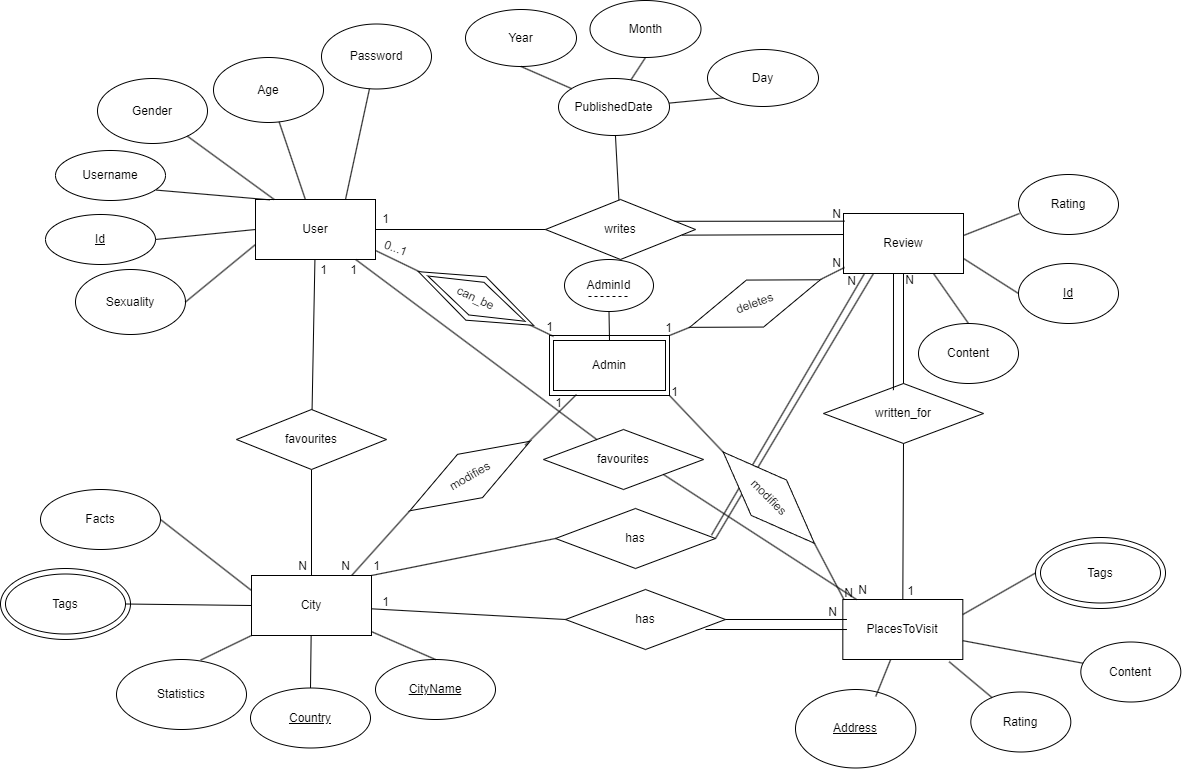
Above: images/er_diagram.png in ManelyAbbasi/EURO-TOUR (draw.io), before the change. Source tidied: cells renumbered, new cells last; positions are measured from the earlier drawing's top-left corner, leaving out a move shared by most shapes.
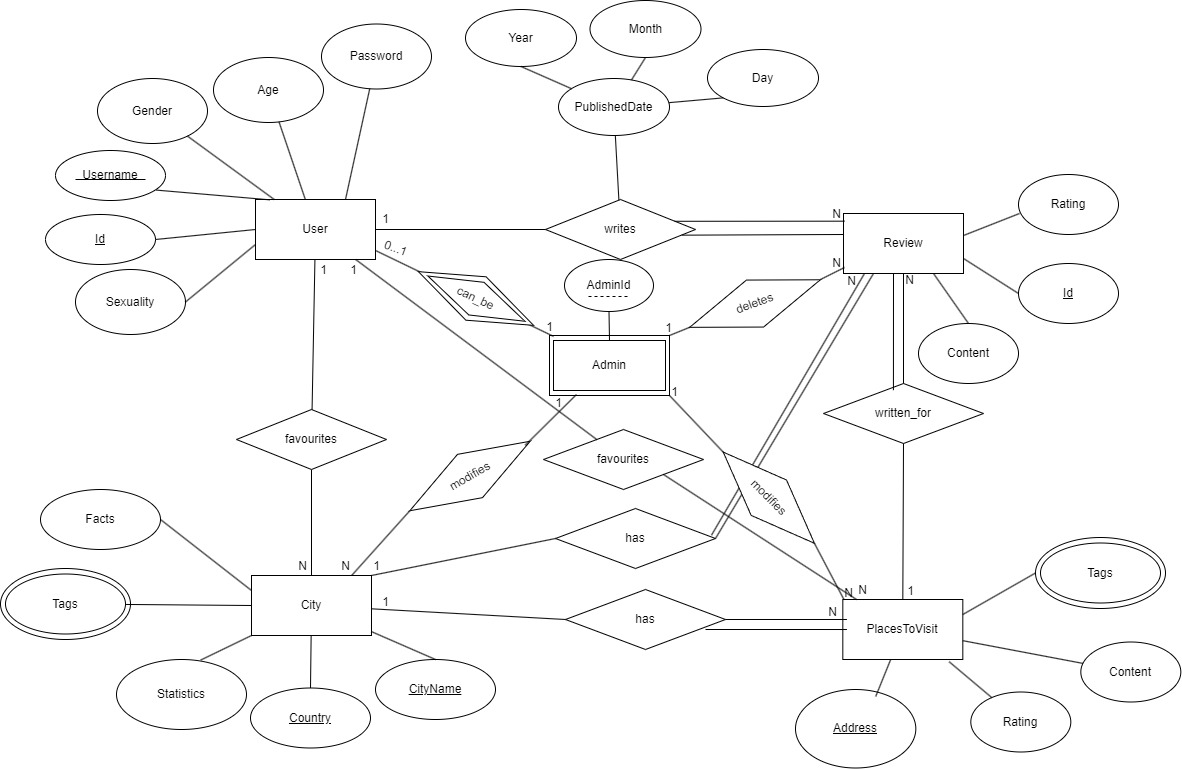
Later version of the same file.

Commit message:
#1 Update er-diagram to make username unique

Diff of the diagram source:
```diff
@@ -363,5 +363,11 @@
     <mxCell id="111" value="1" style="text;html=1;align=center;verticalAlign=middle;strokeColor=none;fillColor=none;" parent="1" vertex="1">
       <mxGeometry x="338" y="255" width="30" height="30" as="geometry" />
     </mxCell>
+    <mxCell id="112" style="endArrow=none;html=1;rounded=0;" parent="1" edge="1">
+      <mxGeometry relative="1" as="geometry">
+        <mxPoint x="145" y="179" as="sourcePoint" />
+        <mxPoint x="75" y="179" as="targetPoint" />
+      </mxGeometry>
+    </mxCell>
   </root>
 </mxGraphModel>
```
